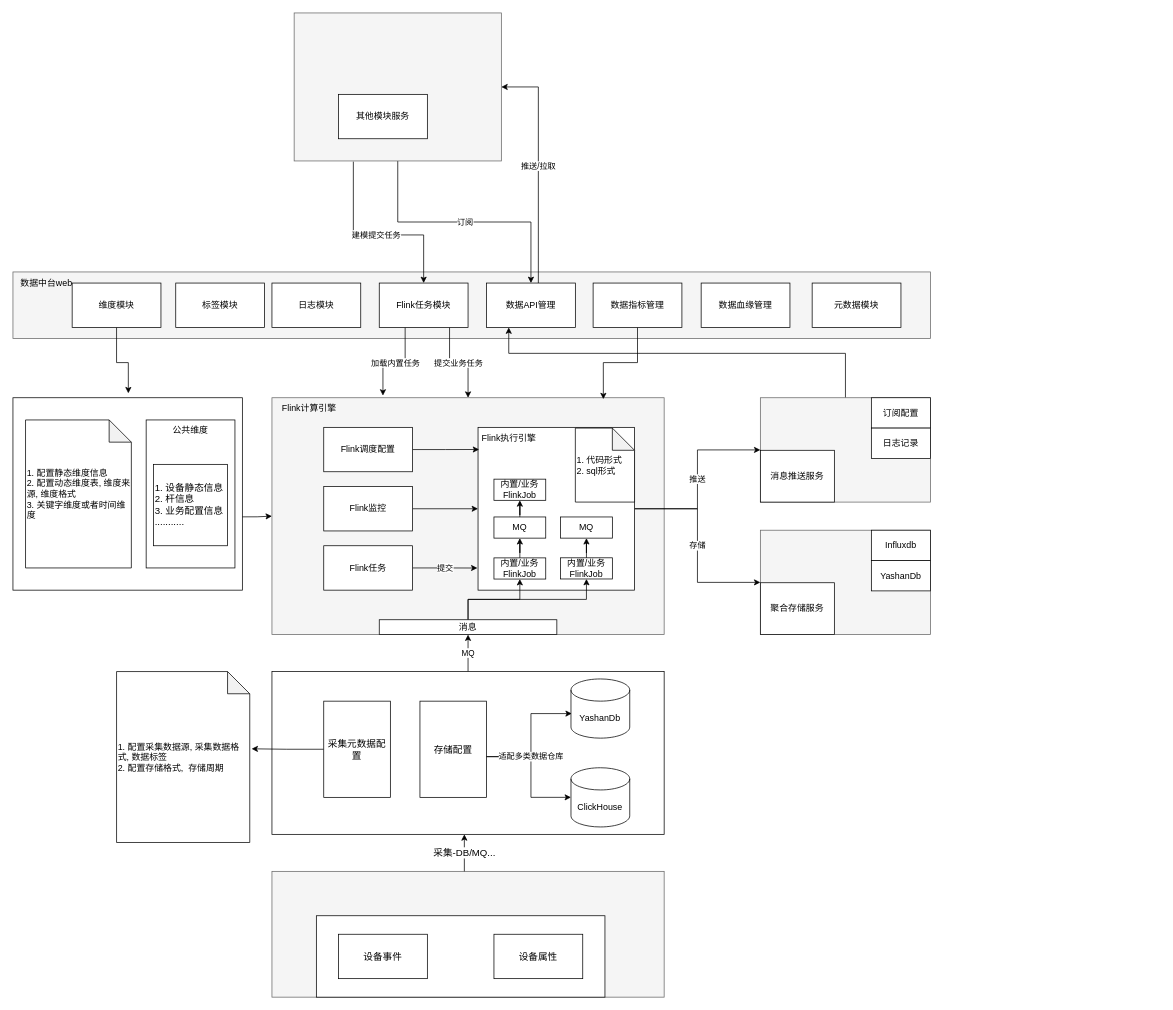
The draw.io diagram page "总体设计" (1 of 2) of docs/java/dataCenter.drawio in chenqi146/blog, before the edit. Source tidied: cells renumbered, new cells numbered last; positions are measured from the earlier drawing's top-left corner, leaving out a move shared by most shapes. Both pictures are drawn from the tidied source at 74%, with x=0, y=0 at pixel (13, 13).
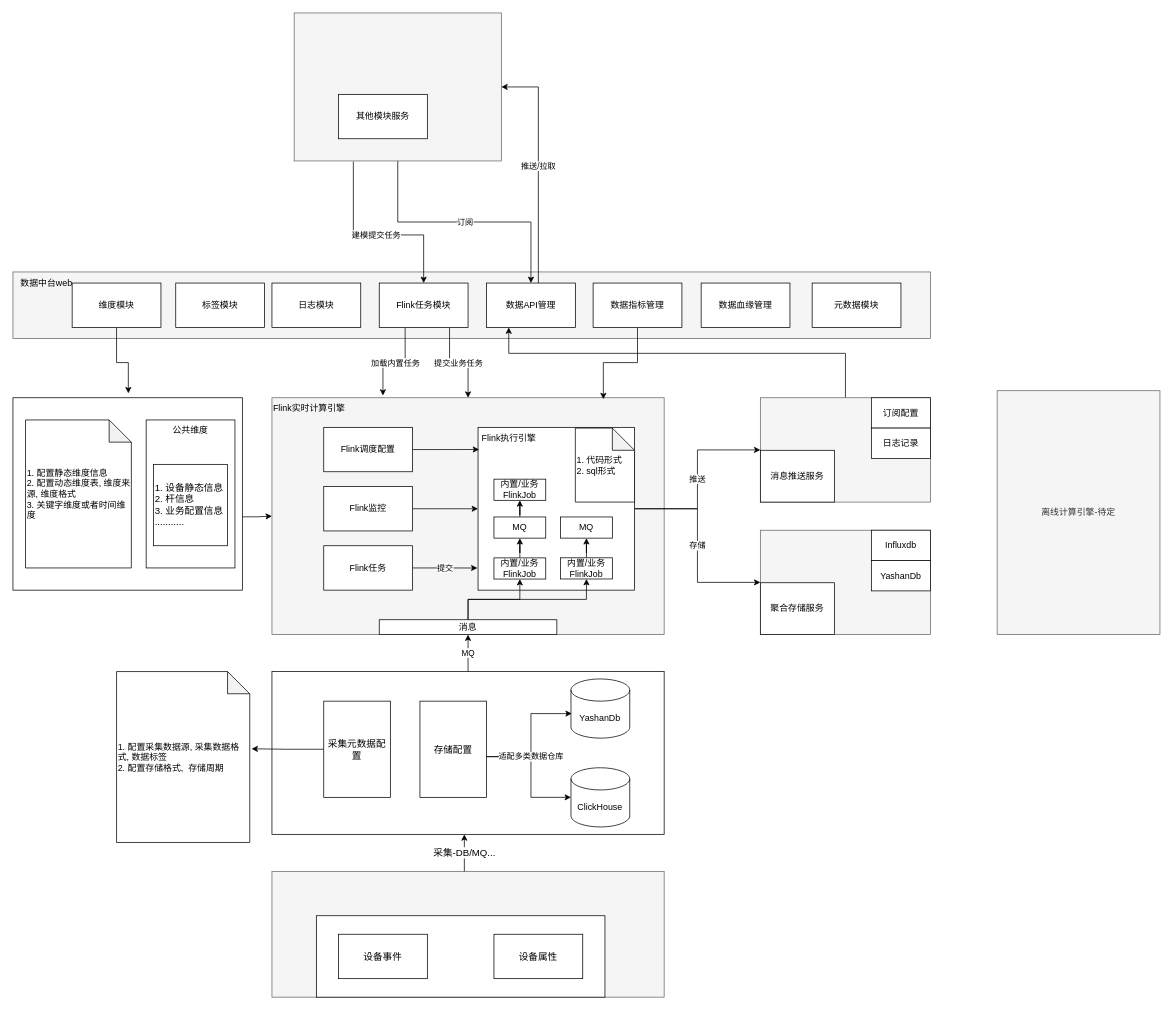
The same page after the edit.

Change to the diagram source:
```diff
@@
-    <mxCell id="17" value="Flink计算引擎" style="text;html=1;align=center;verticalAlign=middle;strokeColor=none;fillColor=none;" parent="1" vertex="1">
-      <mxGeometry x="350" y="520" width="100" height="30" as="geometry" />
+    <mxCell id="17" value="Flink实时计算引擎" style="text;html=1;align=center;verticalAlign=middle;strokeColor=none;fillColor=none;" parent="1" vertex="1">
+      <mxGeometry x="340" y="520" width="120" height="30" as="geometry" />
     </mxCell>
@@
+    <mxCell id="76" value="离线计算引擎-待定" style="rounded=0;whiteSpace=wrap;html=1;fillColor=#f5f5f5;fontColor=#333333;strokeColor=#666666;" parent="1" vertex="1">
+      <mxGeometry x="1330" y="510.5" width="220" height="329.5" as="geometry" />
+    </mxCell>
```
